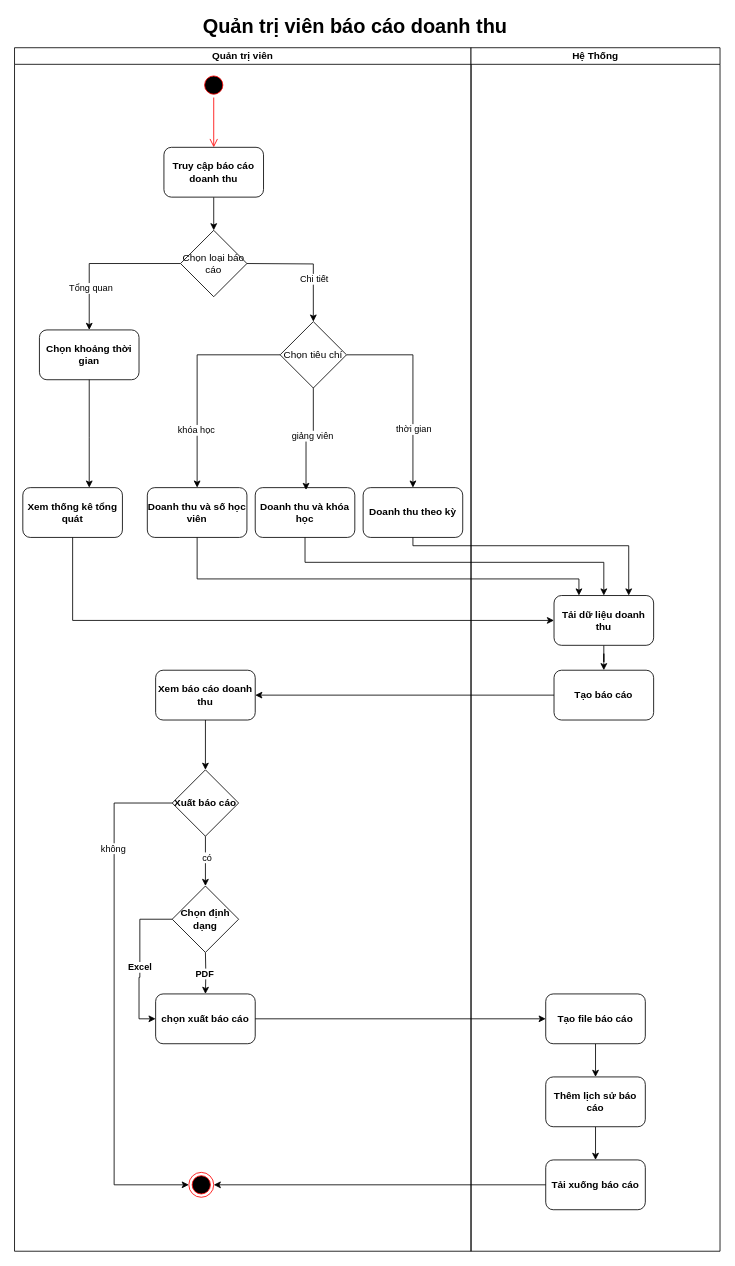
Earlier version of the draw.io diagram document/ActivityDiagram/ManageReportRevenue-Activity.drawio (toniiplaycode/DNC-Learning). Source tidied: cells renumbered, new cells numbered last; positions are measured from the earlier drawing's top-left corner, leaving out a move shared by most shapes. Both pictures are drawn from the tidied source at 83%, with x=0, y=0 at pixel (14, 14).
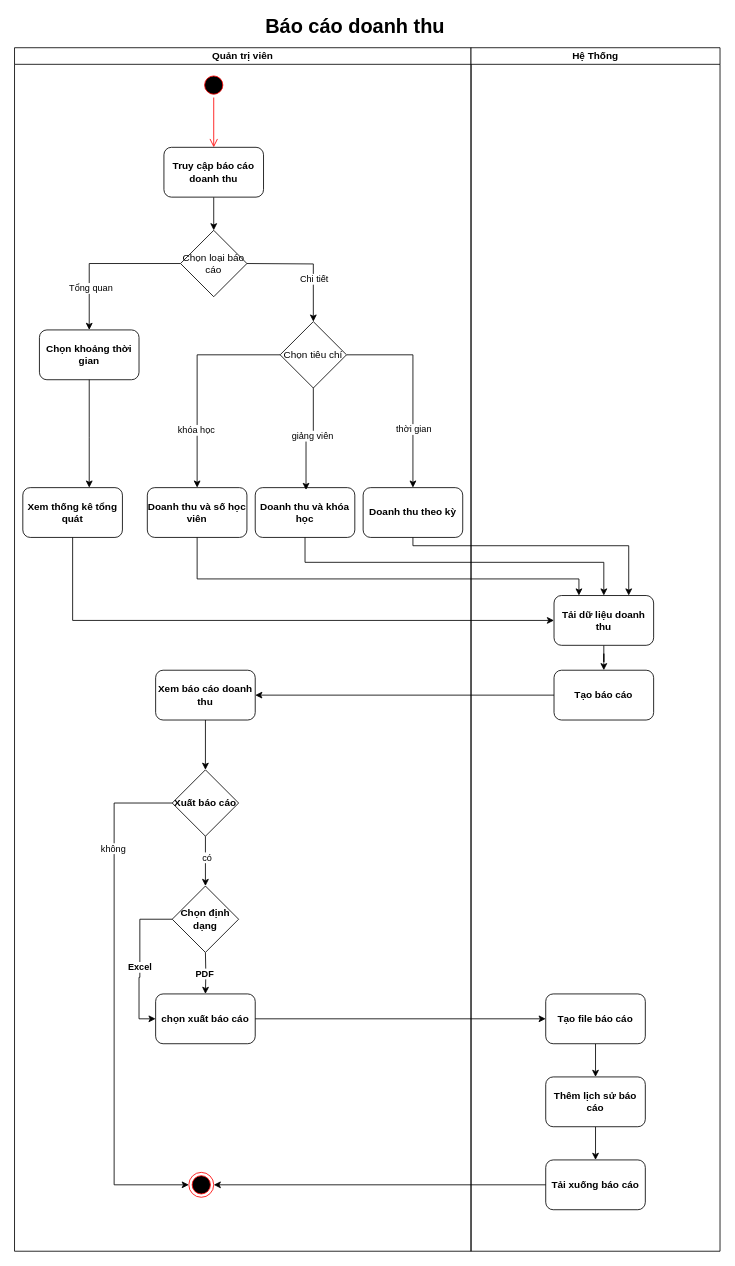
After the change.

What changed in the source:
```diff
@@
-    <mxCell id="46" value="&lt;span style=&quot;font-size: 24px;&quot;&gt;Quản trị viên báo cáo doanh thu&lt;/span&gt;" style="text;html=1;align=center;verticalAlign=middle;whiteSpace=wrap;rounded=0;fontStyle=1;" parent="1" vertex="1">
+    <mxCell id="46" value="&lt;span style=&quot;font-size: 24px;&quot;&gt;Báo cáo doanh thu&lt;/span&gt;" style="text;html=1;align=center;verticalAlign=middle;whiteSpace=wrap;rounded=0;fontStyle=1;" parent="1" vertex="1">
       <mxGeometry x="140" width="541" height="30" as="geometry" />
     </mxCell>
```
